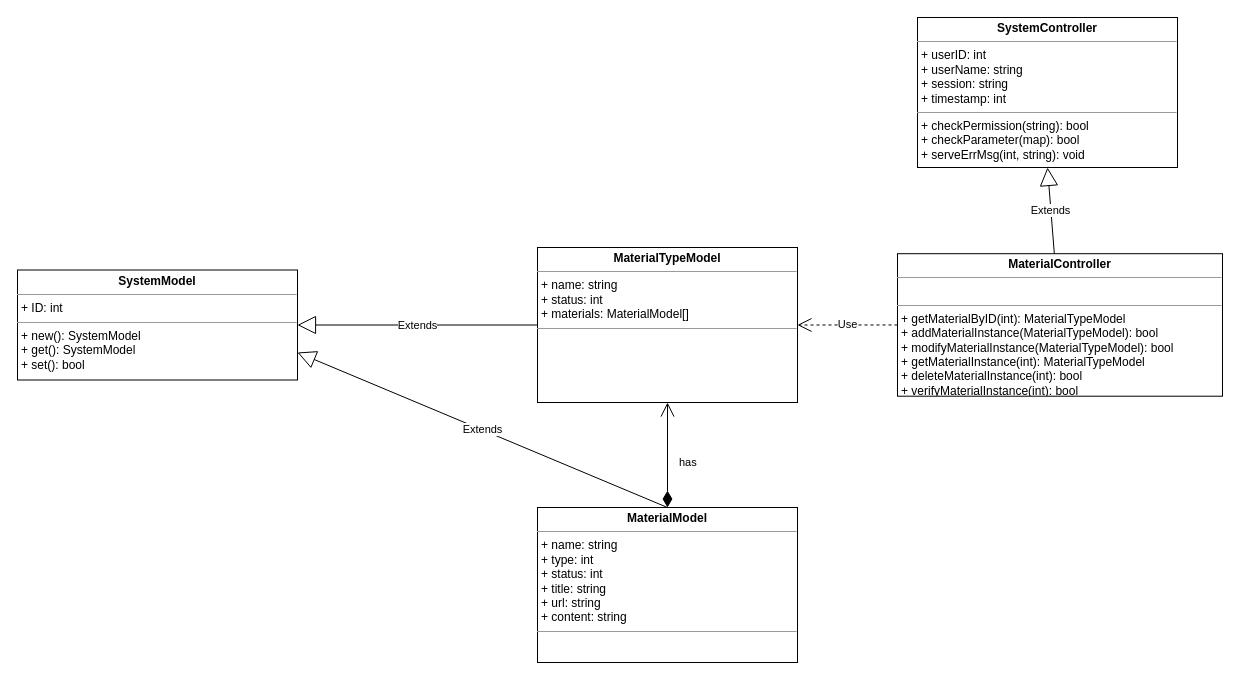
Hope-of-countryside/learnGit keeps this draw.io diagram as 5-4.drawio. Above is the earlier version. Source tidied: cells renumbered, new cells numbered last; positions are measured from the earlier drawing's top-left corner, leaving out a move shared by most shapes. Both pictures are drawn from the tidied source at 100%, with x=0, y=0 at pixel (17, 17).
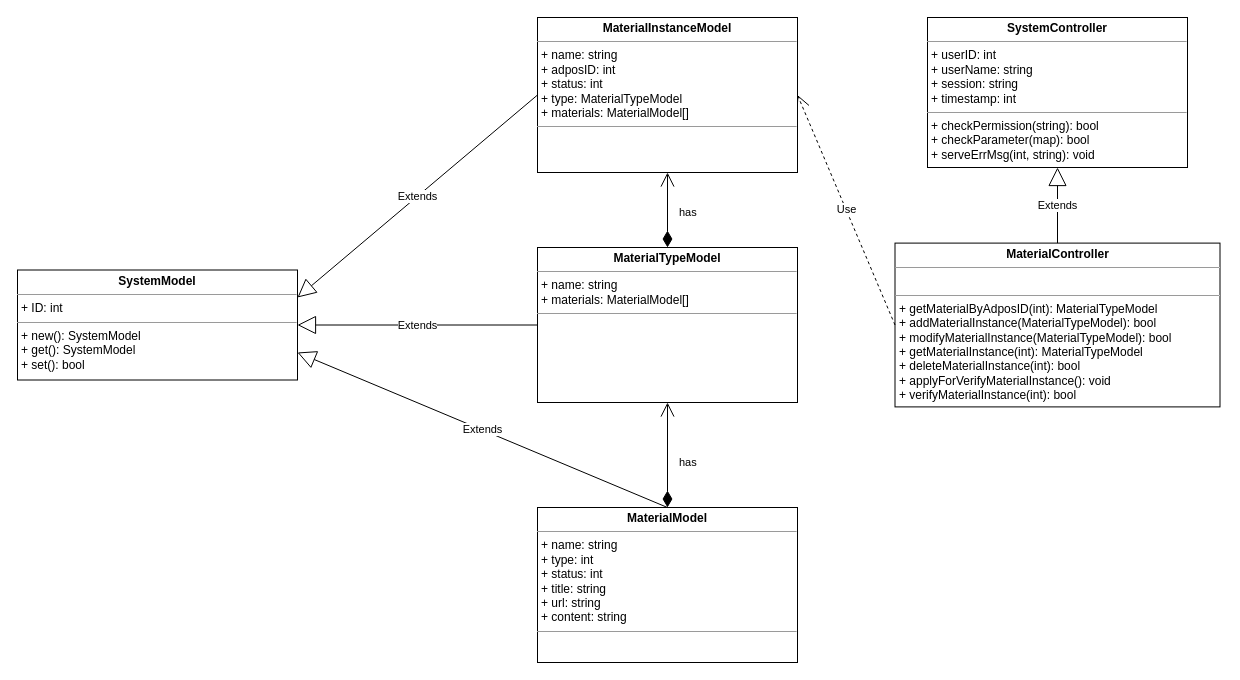
Above is the later version.

Change to the diagram source:
```diff
@@
 <mxGraphModel>
   <root>
     <mxCell id="0" />
     <mxCell id="1" parent="0" />
-    <mxCell id="2" value="&lt;p style=&quot;margin: 0px ; margin-top: 4px ; text-align: center&quot;&gt;&lt;b&gt;MaterialController&lt;/b&gt;&lt;/p&gt;&lt;hr size=&quot;1&quot;&gt;&lt;p style=&quot;margin: 0px ; margin-left: 4px&quot;&gt;&lt;br&gt;&lt;/p&gt;&lt;hr size=&quot;1&quot;&gt;&lt;p style=&quot;margin: 0px 0px 0px 4px&quot;&gt;+ getMaterialByID(int):&amp;nbsp;MaterialTypeModel&lt;/p&gt;&lt;p style=&quot;margin: 0px 0px 0px 4px&quot;&gt;+ addMaterialInstance(MaterialTypeModel): bool&lt;br&gt;&lt;/p&gt;&lt;p style=&quot;margin: 0px 0px 0px 4px&quot;&gt;+ modifyMaterialInstance(MaterialTypeModel): bool&lt;/p&gt;&lt;p style=&quot;margin: 0px 0px 0px 4px&quot;&gt;+ getMaterialInstance(int):&amp;nbsp;MaterialTypeModel&lt;/p&gt;&lt;p style=&quot;margin: 0px 0px 0px 4px&quot;&gt;+ deleteMaterialInstance(int): bool&lt;/p&gt;&lt;p style=&quot;margin: 0px 0px 0px 4px&quot;&gt;+ verifyMaterialInstance(int): bool&lt;/p&gt;&lt;p style=&quot;margin: 0px 0px 0px 4px&quot;&gt;&lt;br&gt;&lt;/p&gt;" style="verticalAlign=top;align=left;overflow=fill;fontSize=12;fontFamily=Helvetica;html=1;" parent="1" vertex="1">
-      <mxGeometry x="880" y="236.2" width="325" height="142.5" as="geometry" />
+    <mxCell id="2" value="&lt;p style=&quot;margin: 0px ; margin-top: 4px ; text-align: center&quot;&gt;&lt;b&gt;MaterialController&lt;/b&gt;&lt;/p&gt;&lt;hr size=&quot;1&quot;&gt;&lt;p style=&quot;margin: 0px ; margin-left: 4px&quot;&gt;&lt;br&gt;&lt;/p&gt;&lt;hr size=&quot;1&quot;&gt;&lt;p style=&quot;margin: 0px 0px 0px 4px&quot;&gt;+ getMaterialByAdposID(int):&amp;nbsp;MaterialTypeModel&lt;/p&gt;&lt;p style=&quot;margin: 0px 0px 0px 4px&quot;&gt;+ addMaterialInstance(MaterialTypeModel): bool&lt;br&gt;&lt;/p&gt;&lt;p style=&quot;margin: 0px 0px 0px 4px&quot;&gt;+ modifyMaterialInstance(MaterialTypeModel): bool&lt;/p&gt;&lt;p style=&quot;margin: 0px 0px 0px 4px&quot;&gt;+ getMaterialInstance(int):&amp;nbsp;MaterialTypeModel&lt;/p&gt;&lt;p style=&quot;margin: 0px 0px 0px 4px&quot;&gt;+ deleteMaterialInstance(int): bool&lt;/p&gt;&lt;p style=&quot;margin: 0px 0px 0px 4px&quot;&gt;+ applyForVerifyMaterialInstance(): void&lt;/p&gt;&lt;p style=&quot;margin: 0px 0px 0px 4px&quot;&gt;+ verifyMaterialInstance(int): bool&lt;/p&gt;&lt;p style=&quot;margin: 0px 0px 0px 4px&quot;&gt;&lt;br&gt;&lt;/p&gt;" style="verticalAlign=top;align=left;overflow=fill;fontSize=12;fontFamily=Helvetica;html=1;" parent="1" vertex="1">
+      <mxGeometry x="877.5" y="225.6" width="325" height="163.8" as="geometry" />
     </mxCell>
     <mxCell id="3" value="&lt;p style=&quot;margin: 0px ; margin-top: 4px ; text-align: center&quot;&gt;&lt;b&gt;SystemController&lt;/b&gt;&lt;/p&gt;&lt;hr size=&quot;1&quot;&gt;&lt;p style=&quot;margin: 0px ; margin-left: 4px&quot;&gt;+ userID: int&lt;/p&gt;&lt;p style=&quot;margin: 0px ; margin-left: 4px&quot;&gt;+ userName: string&lt;/p&gt;&lt;p style=&quot;margin: 0px ; margin-left: 4px&quot;&gt;+ session: string&lt;/p&gt;&lt;p style=&quot;margin: 0px ; margin-left: 4px&quot;&gt;+ timestamp: int&lt;br&gt;&lt;/p&gt;&lt;hr size=&quot;1&quot;&gt;&lt;p style=&quot;margin: 0px ; margin-left: 4px&quot;&gt;+ checkPermission(string): bool&lt;/p&gt;&lt;p style=&quot;margin: 0px ; margin-left: 4px&quot;&gt;+ checkParameter(map): bool&lt;/p&gt;&lt;p style=&quot;margin: 0px ; margin-left: 4px&quot;&gt;+ serveErrMsg(int, string): void&lt;/p&gt;" style="verticalAlign=top;align=left;overflow=fill;fontSize=12;fontFamily=Helvetica;html=1;" parent="1" vertex="1">
-      <mxGeometry x="900" width="260" height="150" as="geometry" />
+      <mxGeometry x="910" width="260" height="150" as="geometry" />
     </mxCell>
     <mxCell id="4" value="Extends" style="endArrow=block;endSize=16;endFill=0;html=1;entryX=0.5;entryY=1;entryDx=0;entryDy=0;" parent="1" edge="1" source="2" target="3">
       <mxGeometry relative="1" as="geometry" />
     </mxCell>
     <mxCell id="5" value="&lt;p style=&quot;margin: 0px ; margin-top: 4px ; text-align: center&quot;&gt;&lt;b&gt;SystemModel&lt;/b&gt;&lt;/p&gt;&lt;hr size=&quot;1&quot;&gt;&lt;p style=&quot;margin: 0px ; margin-left: 4px&quot;&gt;+ ID: int&lt;br&gt;&lt;/p&gt;&lt;hr size=&quot;1&quot;&gt;&lt;p style=&quot;margin: 0px ; margin-left: 4px&quot;&gt;+ new(): SystemModel&lt;br&gt;&lt;/p&gt;&lt;p style=&quot;margin: 0px ; margin-left: 4px&quot;&gt;+ get(): SystemModel&lt;/p&gt;&lt;p style=&quot;margin: 0px ; margin-left: 4px&quot;&gt;+ set(): bool&lt;/p&gt;&lt;p style=&quot;margin: 0px ; margin-left: 4px&quot;&gt;&amp;nbsp;&lt;/p&gt;" style="verticalAlign=top;align=left;overflow=fill;fontSize=12;fontFamily=Helvetica;html=1;" parent="1" vertex="1">
       <mxGeometry y="252.5" width="280" height="110" as="geometry" />
     </mxCell>
-    <mxCell id="6" value="&lt;p style=&quot;margin: 0px ; margin-top: 4px ; text-align: center&quot;&gt;&lt;b&gt;MaterialTypeModel&lt;/b&gt;&lt;/p&gt;&lt;hr size=&quot;1&quot;&gt;&lt;p style=&quot;margin: 0px ; margin-left: 4px&quot;&gt;&lt;span&gt;+ name: string&lt;/span&gt;&lt;/p&gt;&lt;p style=&quot;margin: 0px ; margin-left: 4px&quot;&gt;+ status: int&lt;/p&gt;&lt;p style=&quot;margin: 0px ; margin-left: 4px&quot;&gt;+ materials: MaterialModel[]&lt;/p&gt;&lt;hr size=&quot;1&quot;&gt;&lt;p style=&quot;margin: 0px ; margin-left: 4px&quot;&gt;&lt;br&gt;&lt;/p&gt;" style="verticalAlign=top;align=left;overflow=fill;fontSize=12;fontFamily=Helvetica;html=1;" parent="1" vertex="1">
+    <mxCell id="6" value="&lt;p style=&quot;margin: 0px ; margin-top: 4px ; text-align: center&quot;&gt;&lt;b&gt;MaterialTypeModel&lt;/b&gt;&lt;/p&gt;&lt;hr size=&quot;1&quot;&gt;&lt;p style=&quot;margin: 0px ; margin-left: 4px&quot;&gt;&lt;span&gt;+ name: string&lt;/span&gt;&lt;/p&gt;&lt;p style=&quot;margin: 0px ; margin-left: 4px&quot;&gt;+ materials: MaterialModel[]&lt;/p&gt;&lt;hr size=&quot;1&quot;&gt;&lt;p style=&quot;margin: 0px ; margin-left: 4px&quot;&gt;&lt;br&gt;&lt;/p&gt;" style="verticalAlign=top;align=left;overflow=fill;fontSize=12;fontFamily=Helvetica;html=1;" parent="1" vertex="1">
       <mxGeometry x="520" y="230" width="260" height="155" as="geometry" />
     </mxCell>
     <mxCell id="7" value="Extends" style="endArrow=block;endSize=16;endFill=0;html=1;entryX=1;entryY=0.5;entryDx=0;entryDy=0;" parent="1" edge="1" source="6" target="5">
       <mxGeometry relative="1" as="geometry" />
     </mxCell>
     <mxCell id="8" value="&lt;p style=&quot;margin: 0px ; margin-top: 4px ; text-align: center&quot;&gt;&lt;b&gt;MaterialModel&lt;/b&gt;&lt;/p&gt;&lt;hr size=&quot;1&quot;&gt;&lt;p style=&quot;margin: 0px ; margin-left: 4px&quot;&gt;&lt;span&gt;+ name: string&lt;/span&gt;&lt;/p&gt;&lt;p style=&quot;margin: 0px ; margin-left: 4px&quot;&gt;+ type: int&lt;/p&gt;&lt;p style=&quot;margin: 0px ; margin-left: 4px&quot;&gt;+ status: int&lt;/p&gt;&lt;p style=&quot;margin: 0px ; margin-left: 4px&quot;&gt;+ title: string&lt;/p&gt;&lt;p style=&quot;margin: 0px ; margin-left: 4px&quot;&gt;+ url: string&lt;/p&gt;&lt;p style=&quot;margin: 0px ; margin-left: 4px&quot;&gt;+ content: string&lt;/p&gt;&lt;hr size=&quot;1&quot;&gt;&lt;p style=&quot;margin: 0px ; margin-left: 4px&quot;&gt;&lt;br&gt;&lt;/p&gt;" style="verticalAlign=top;align=left;overflow=fill;fontSize=12;fontFamily=Helvetica;html=1;" parent="1" vertex="1">
       <mxGeometry x="520" y="490" width="260" height="155" as="geometry" />
     </mxCell>
     <mxCell id="9" value="has" style="endArrow=open;html=1;endSize=12;startArrow=diamondThin;startSize=14;startFill=1;edgeStyle=orthogonalEdgeStyle;align=left;verticalAlign=bottom;entryX=0.5;entryY=1;entryDx=0;entryDy=0;exitX=0.5;exitY=0;exitDx=0;exitDy=0;" parent="1" edge="1" source="8" target="6">
       <mxGeometry x="-0.31" y="-10" relative="1" as="geometry" />
     </mxCell>
     <mxCell id="10" value="Extends" style="endArrow=block;endSize=16;endFill=0;html=1;entryX=1;entryY=0.75;entryDx=0;entryDy=0;exitX=0.5;exitY=0;exitDx=0;exitDy=0;" parent="1" edge="1" source="8" target="5">
       <mxGeometry relative="1" as="geometry" />
     </mxCell>
-    <mxCell id="11" value="Use" style="endArrow=open;endSize=12;dashed=1;html=1;exitX=0;exitY=0.5;exitDx=0;exitDy=0;entryX=1;entryY=0.5;entryDx=0;entryDy=0;" parent="1" edge="1" source="2" target="6">
+    <mxCell id="11" value="Use" style="endArrow=open;endSize=12;dashed=1;html=1;exitX=0;exitY=0.5;exitDx=0;exitDy=0;entryX=1;entryY=0.5;entryDx=0;entryDy=0;" parent="1" edge="1" source="2" target="12">
       <mxGeometry relative="1" as="geometry" />
     </mxCell>
+    <mxCell id="12" value="&lt;p style=&quot;margin: 0px ; margin-top: 4px ; text-align: center&quot;&gt;&lt;b&gt;MaterialInstanceModel&lt;/b&gt;&lt;/p&gt;&lt;hr size=&quot;1&quot;&gt;&lt;p style=&quot;margin: 0px ; margin-left: 4px&quot;&gt;&lt;span&gt;+ name: string&lt;/span&gt;&lt;/p&gt;&lt;p style=&quot;margin: 0px ; margin-left: 4px&quot;&gt;&lt;span&gt;+ adposID: int&lt;/span&gt;&lt;/p&gt;&lt;p style=&quot;margin: 0px ; margin-left: 4px&quot;&gt;+ status: int&lt;/p&gt;&lt;p style=&quot;margin: 0px ; margin-left: 4px&quot;&gt;+ type:&amp;nbsp;MaterialTypeModel&lt;/p&gt;&lt;p style=&quot;margin: 0px ; margin-left: 4px&quot;&gt;+ materials: MaterialModel[]&lt;/p&gt;&lt;hr size=&quot;1&quot;&gt;&lt;p style=&quot;margin: 0px ; margin-left: 4px&quot;&gt;&lt;br&gt;&lt;/p&gt;" style="verticalAlign=top;align=left;overflow=fill;fontSize=12;fontFamily=Helvetica;html=1;" parent="1" vertex="1">
+      <mxGeometry x="520" width="260" height="155" as="geometry" />
+    </mxCell>
+    <mxCell id="13" value="Extends" style="endArrow=block;endSize=16;endFill=0;html=1;entryX=1;entryY=0.25;entryDx=0;entryDy=0;exitX=0;exitY=0.5;exitDx=0;exitDy=0;" parent="1" edge="1" source="12" target="5">
+      <mxGeometry relative="1" as="geometry" />
+    </mxCell>
+    <mxCell id="14" value="has" style="endArrow=open;html=1;endSize=12;startArrow=diamondThin;startSize=14;startFill=1;edgeStyle=orthogonalEdgeStyle;align=left;verticalAlign=bottom;exitX=0.5;exitY=0;exitDx=0;exitDy=0;entryX=0.5;entryY=1;entryDx=0;entryDy=0;" parent="1" edge="1" source="6" target="12">
+      <mxGeometry x="-0.31" y="-10" relative="1" as="geometry" />
+    </mxCell>
   </root>
 </mxGraphModel>
```
